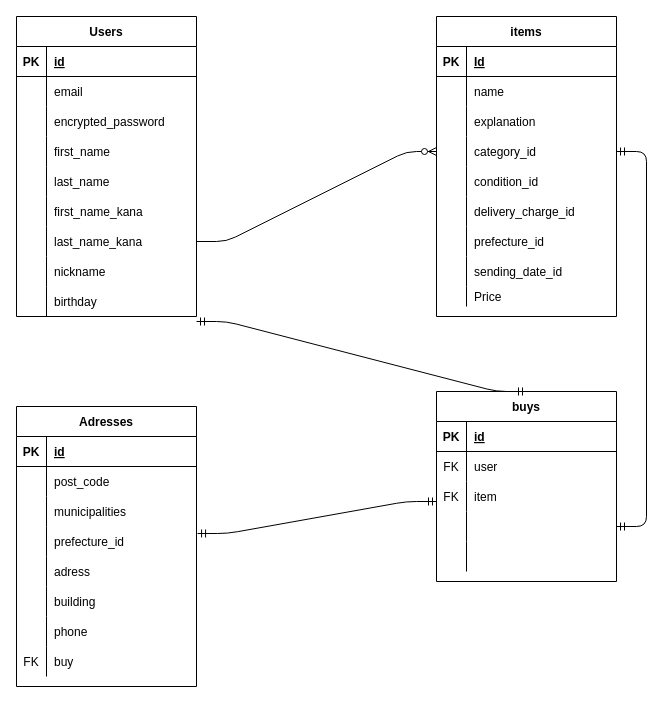
This is app/controllers/ER.dio from fuchaan/furima-38284, a draw.io file, before an edit. Source tidied: cells renumbered, new cells numbered last; positions are measured from the earlier drawing's top-left corner, leaving out a move shared by most shapes. Both pictures are drawn from the tidied source at 100%, with x=0, y=0 at pixel (16, 16).
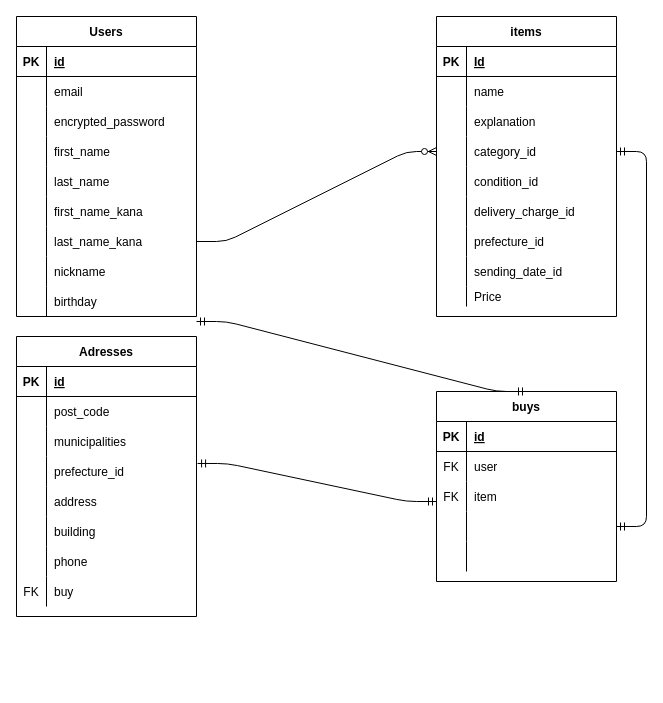
After the change.

Commit message (it also covers changes not shown here):
データベース修正3

The change refers to these unchanged cells:
```xml
<mxCell id="89" style="shape=partialRectangle;fillColor=none;top=0;left=0;bottom=0;right=0;" parent="76" vertex="1">
  <mxGeometry y="150" width="180" height="30" as="geometry" />
</mxCell>
```

The edit, as a diff of the source:
```diff
@@
     <mxCell id="76" value="Adresses" style="shape=table;startSize=30;childLayout=tableLayout;rowLines=0;fontStyle=1;align=center;" parent="1" vertex="1">
-      <mxGeometry y="390" width="180" height="280" as="geometry" />
+      <mxGeometry y="320" width="180" height="280" as="geometry" />
     </mxCell>
@@
-    <mxCell id="91" value="adress" style="shape=partialRectangle;fillColor=none;top=0;left=0;bottom=0;right=0;align=left;spacingLeft=6;overflow=hidden;" parent="89" vertex="1">
+    <mxCell id="91" value="address" style="shape=partialRectangle;fillColor=none;top=0;left=0;bottom=0;right=0;align=left;spacingLeft=6;overflow=hidden;" parent="89" vertex="1">
       <mxGeometry x="30" width="150" height="30" as="geometry" />
     </mxCell>
```
